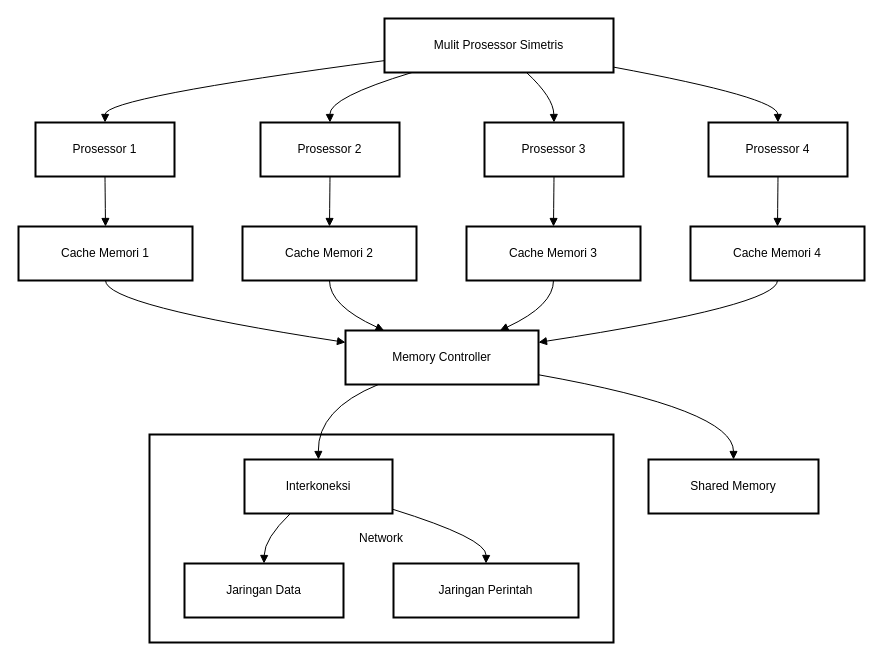
This is Diagram Tanpa Judul.drawio from pelangilarasati08/Arsitektur-Multiprocessor, a draw.io file, before an edit. Source tidied: cells renumbered, new cells numbered last; positions are measured from the earlier drawing's top-left corner, leaving out a move shared by most shapes. Both pictures are drawn from the tidied source at 100%, with x=0, y=0 at pixel (18, 18).
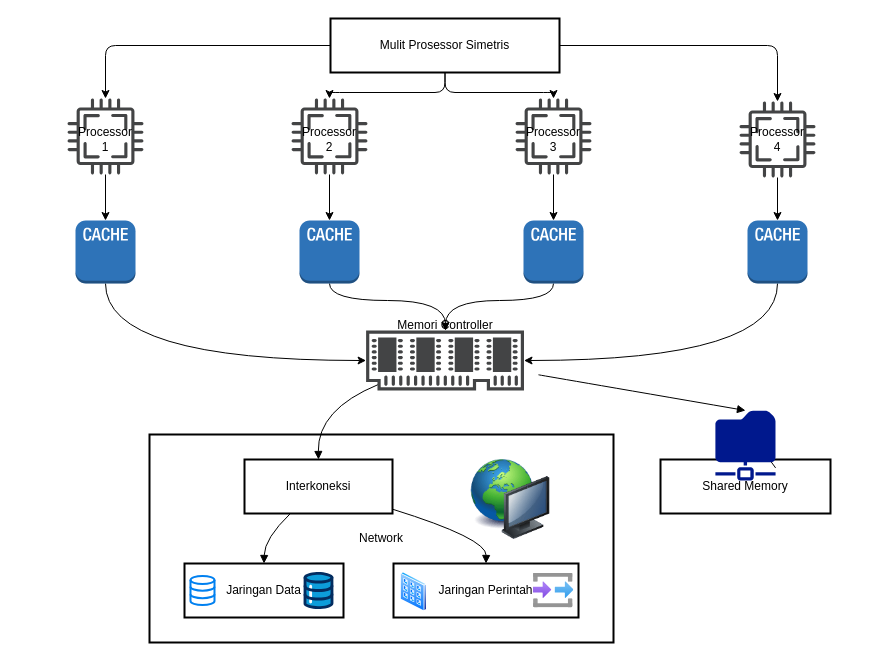
The same diagram, later.

Commit message:
Arsitektur Multiprocessor SIMETRIS.drawio

The change refers to these unchanged cells:
```xml
<mxCell id="14" value="Interkoneksi" style="whiteSpace=wrap;strokeWidth=2;" parent="1" vertex="1">
  <mxGeometry x="226" y="441" width="148" height="54" as="geometry" />
</mxCell>
```

What changed in the source:
```diff
@@
+    <mxCell id="33" style="edgeStyle=orthogonalEdgeStyle;rounded=1;jettySize=auto;html=1;" parent="1" edge="1" source="3" target="37">
+      <mxGeometry relative="1" as="geometry" />
+    </mxCell>
+    <mxCell id="34" style="edgeStyle=orthogonalEdgeStyle;rounded=1;jettySize=auto;html=1;" parent="1" edge="1" source="3" target="40">
+      <mxGeometry relative="1" as="geometry" />
+    </mxCell>
+    <mxCell id="35" style="edgeStyle=orthogonalEdgeStyle;rounded=1;jettySize=auto;html=1;" parent="1" edge="1" source="3" target="41">
+      <mxGeometry relative="1" as="geometry" />
+    </mxCell>
+    <mxCell id="36" style="edgeStyle=orthogonalEdgeStyle;rounded=1;jettySize=auto;html=1;" parent="1" edge="1" source="3" target="42">
+      <mxGeometry relative="1" as="geometry" />
+    </mxCell>
     <mxCell id="3" value="Mulit Prosessor Simetris" style="whiteSpace=wrap;strokeWidth=2;" parent="1" vertex="1">
-      <mxGeometry x="366" width="229" height="54" as="geometry" />
+      <mxGeometry x="312" width="229" height="54" as="geometry" />
     </mxCell>
-    <mxCell id="4" value="Prosessor 1" style="whiteSpace=wrap;strokeWidth=2;" parent="1" vertex="1">
-      <mxGeometry x="17" y="104" width="139" height="54" as="geometry" />
-    </mxCell>
-    <mxCell id="5" value="Prosessor 2" style="whiteSpace=wrap;strokeWidth=2;" parent="1" vertex="1">
-      <mxGeometry x="242" y="104" width="139" height="54" as="geometry" />
-    </mxCell>
-    <mxCell id="6" value="Prosessor 3" style="whiteSpace=wrap;strokeWidth=2;" parent="1" vertex="1">
-      <mxGeometry x="466" y="104" width="139" height="54" as="geometry" />
-    </mxCell>
-    <mxCell id="7" value="Prosessor 4" style="whiteSpace=wrap;strokeWidth=2;" parent="1" vertex="1">
-      <mxGeometry x="690" y="104" width="139" height="54" as="geometry" />
-    </mxCell>
-    <mxCell id="8" value="Cache Memori 1" style="whiteSpace=wrap;strokeWidth=2;" parent="1" vertex="1">
-      <mxGeometry y="208" width="174" height="54" as="geometry" />
-    </mxCell>
-    <mxCell id="9" value="Cache Memori 2" style="whiteSpace=wrap;strokeWidth=2;" parent="1" vertex="1">
-      <mxGeometry x="224" y="208" width="174" height="54" as="geometry" />
-    </mxCell>
-    <mxCell id="10" value="Cache Memori 3" style="whiteSpace=wrap;strokeWidth=2;" parent="1" vertex="1">
-      <mxGeometry x="448" y="208" width="174" height="54" as="geometry" />
-    </mxCell>
-    <mxCell id="11" value="Cache Memori 4" style="whiteSpace=wrap;strokeWidth=2;" parent="1" vertex="1">
-      <mxGeometry x="672" y="208" width="174" height="54" as="geometry" />
-    </mxCell>
-    <mxCell id="12" value="Memory Controller" style="whiteSpace=wrap;strokeWidth=2;" parent="1" vertex="1">
-      <mxGeometry x="327" y="312" width="193" height="54" as="geometry" />
-    </mxCell>
     <mxCell id="13" value="Shared Memory" style="whiteSpace=wrap;strokeWidth=2;" parent="1" vertex="1">
-      <mxGeometry x="630" y="441" width="170" height="54" as="geometry" />
+      <mxGeometry x="642" y="441" width="170" height="54" as="geometry" />
     </mxCell>
@@
-    <mxCell id="17" style="curved=1;startArrow=none;endArrow=block;exitX=0;exitY=0.78;entryX=0.5;entryY=0;" parent="1" edge="1" source="3" target="4">
-      <mxGeometry relative="1" as="geometry">
-        <Array as="points">
-          <mxPoint x="87" y="79" />
-        </Array>
-      </mxGeometry>
-    </mxCell>
-    <mxCell id="18" style="curved=1;startArrow=none;endArrow=block;exitX=0.12;exitY=1;entryX=0.5;entryY=0;" parent="1" edge="1" source="3" target="5">
-      <mxGeometry relative="1" as="geometry">
-        <Array as="points">
-          <mxPoint x="311" y="79" />
-        </Array>
-      </mxGeometry>
-    </mxCell>
-    <mxCell id="19" style="curved=1;startArrow=none;endArrow=block;exitX=0.62;exitY=1;entryX=0.5;entryY=0;" parent="1" edge="1" source="3" target="6">
-      <mxGeometry relative="1" as="geometry">
-        <Array as="points">
-          <mxPoint x="535" y="79" />
-        </Array>
-      </mxGeometry>
-    </mxCell>
-    <mxCell id="20" style="curved=1;startArrow=none;endArrow=block;exitX=1;exitY=0.9;entryX=0.5;entryY=0;" parent="1" edge="1" source="3" target="7">
-      <mxGeometry relative="1" as="geometry">
-        <Array as="points">
-          <mxPoint x="759" y="79" />
-        </Array>
-      </mxGeometry>
-    </mxCell>
-    <mxCell id="21" style="curved=1;startArrow=none;endArrow=block;exitX=0.5;exitY=1;entryX=0.5;entryY=0;" parent="1" edge="1" source="4" target="8">
-      <mxGeometry relative="1" as="geometry" />
-    </mxCell>
-    <mxCell id="22" style="curved=1;startArrow=none;endArrow=block;exitX=0.5;exitY=1;entryX=0.5;entryY=0;" parent="1" edge="1" source="5" target="9">
-      <mxGeometry relative="1" as="geometry" />
-    </mxCell>
-    <mxCell id="23" style="curved=1;startArrow=none;endArrow=block;exitX=0.5;exitY=1;entryX=0.5;entryY=0;" parent="1" edge="1" source="6" target="10">
-      <mxGeometry relative="1" as="geometry" />
-    </mxCell>
-    <mxCell id="24" style="curved=1;startArrow=none;endArrow=block;exitX=0.5;exitY=1;entryX=0.5;entryY=0;" parent="1" edge="1" source="7" target="11">
-      <mxGeometry relative="1" as="geometry" />
-    </mxCell>
-    <mxCell id="25" style="curved=1;startArrow=none;endArrow=block;exitX=0.5;exitY=1;entryX=0;entryY=0.22;" parent="1" edge="1" source="8" target="12">
-      <mxGeometry relative="1" as="geometry">
-        <Array as="points">
-          <mxPoint x="87" y="287" />
-        </Array>
-      </mxGeometry>
-    </mxCell>
-    <mxCell id="26" style="curved=1;startArrow=none;endArrow=block;exitX=0.5;exitY=1;entryX=0.2;entryY=0;" parent="1" edge="1" source="9" target="12">
-      <mxGeometry relative="1" as="geometry">
-        <Array as="points">
-          <mxPoint x="311" y="287" />
-        </Array>
-      </mxGeometry>
-    </mxCell>
-    <mxCell id="27" style="curved=1;startArrow=none;endArrow=block;exitX=0.5;exitY=1;entryX=0.8;entryY=0;" parent="1" edge="1" source="10" target="12">
-      <mxGeometry relative="1" as="geometry">
-        <Array as="points">
-          <mxPoint x="535" y="287" />
-        </Array>
-      </mxGeometry>
-    </mxCell>
-    <mxCell id="28" style="curved=1;startArrow=none;endArrow=block;exitX=0.5;exitY=1;entryX=1;entryY=0.22;" parent="1" edge="1" source="11" target="12">
-      <mxGeometry relative="1" as="geometry">
-        <Array as="points">
-          <mxPoint x="759" y="287" />
-        </Array>
-      </mxGeometry>
-    </mxCell>
-    <mxCell id="29" style="curved=1;startArrow=none;endArrow=block;exitX=1;exitY=0.82;entryX=0.5;entryY=0;" parent="1" edge="1" source="12" target="13">
+    <mxCell id="29" style="curved=1;startArrow=none;endArrow=block;exitX=1;exitY=0.82;entryX=0.5;entryY=0;" parent="1" edge="1" source="60" target="13">
       <mxGeometry relative="1" as="geometry">
         <Array as="points">
           <mxPoint x="715" y="391" />
         </Array>
       </mxGeometry>
     </mxCell>
@@
-    <mxCell id="32" style="curved=1;startArrow=none;endArrow=block;exitX=0.17;exitY=1;entryX=0.5;entryY=0;" parent="1" edge="1" source="12" target="14">
+    <mxCell id="32" style="curved=1;startArrow=none;endArrow=block;exitX=0.17;exitY=1;entryX=0.5;entryY=0;" parent="1" edge="1" target="14">
       <mxGeometry relative="1" as="geometry">
+        <mxPoint x="359.8" y="366" as="sourcePoint" />
         <Array as="points">
           <mxPoint x="299" y="391" />
         </Array>
       </mxGeometry>
     </mxCell>
+    <mxCell id="37" style="sketch=0;shadow=0;dashed=0;html=1;strokeColor=none;fillColor=#434445;labelPosition=center;verticalLabelPosition=bottom;verticalAlign=top;align=center;outlineConnect=0;shape=mxgraph.vvd.cpu;rounded=1;" parent="1" vertex="1">
+      <mxGeometry x="49" y="80" width="76" height="76" as="geometry" />
+    </mxCell>
+    <mxCell id="38" value="Processor 1" style="text;html=1;align=center;verticalAlign=middle;whiteSpace=wrap;rounded=0;" parent="1" vertex="1">
+      <mxGeometry x="57" y="106" width="60" height="30" as="geometry" />
+    </mxCell>
+    <mxCell id="39" style="edgeStyle=orthogonalEdgeStyle;rounded=1;jettySize=auto;html=1;" parent="1" edge="1" source="40" target="49">
+      <mxGeometry relative="1" as="geometry" />
+    </mxCell>
+    <mxCell id="40" style="sketch=0;shadow=0;dashed=0;html=1;strokeColor=none;fillColor=#434445;labelPosition=center;verticalLabelPosition=bottom;verticalAlign=top;align=center;outlineConnect=0;shape=mxgraph.vvd.cpu;rounded=1;" parent="1" vertex="1">
+      <mxGeometry x="273" y="80" width="76" height="76" as="geometry" />
+    </mxCell>
+    <mxCell id="41" style="sketch=0;shadow=0;dashed=0;html=1;strokeColor=none;fillColor=#434445;labelPosition=center;verticalLabelPosition=bottom;verticalAlign=top;align=center;outlineConnect=0;shape=mxgraph.vvd.cpu;rounded=1;" parent="1" vertex="1">
+      <mxGeometry x="497" y="80" width="76" height="76" as="geometry" />
+    </mxCell>
+    <mxCell id="42" style="sketch=0;shadow=0;dashed=0;html=1;strokeColor=none;fillColor=#434445;labelPosition=center;verticalLabelPosition=bottom;verticalAlign=top;align=center;outlineConnect=0;shape=mxgraph.vvd.cpu;rounded=1;" parent="1" vertex="1">
+      <mxGeometry x="721" y="83" width="76" height="76" as="geometry" />
+    </mxCell>
+    <mxCell id="43" value="Processor 2" style="text;html=1;align=center;verticalAlign=middle;whiteSpace=wrap;rounded=0;" parent="1" vertex="1">
+      <mxGeometry x="281" y="106" width="60" height="30" as="geometry" />
+    </mxCell>
+    <mxCell id="44" value="Processor 3" style="text;html=1;align=center;verticalAlign=middle;whiteSpace=wrap;rounded=0;" parent="1" vertex="1">
+      <mxGeometry x="505" y="106" width="60" height="30" as="geometry" />
+    </mxCell>
+    <mxCell id="45" value="Processor 4" style="text;html=1;align=center;verticalAlign=middle;whiteSpace=wrap;rounded=0;" parent="1" vertex="1">
+      <mxGeometry x="729" y="106" width="60" height="30" as="geometry" />
+    </mxCell>
+    <mxCell id="46" style="edgeStyle=orthogonalEdgeStyle;curved=1;rounded=1;jettySize=auto;html=1;" parent="1" edge="1" source="47" target="54">
+      <mxGeometry relative="1" as="geometry">
+        <Array as="points">
+          <mxPoint x="87" y="342" />
+        </Array>
+      </mxGeometry>
+    </mxCell>
+    <mxCell id="47" style="outlineConnect=0;dashed=0;verticalLabelPosition=bottom;verticalAlign=top;align=center;html=1;shape=mxgraph.aws3.cache_node;fillColor=#2E73B8;gradientColor=none;rounded=1;" parent="1" vertex="1">
+      <mxGeometry x="57" y="202" width="60" height="63" as="geometry" />
+    </mxCell>
+    <mxCell id="48" style="edgeStyle=orthogonalEdgeStyle;curved=1;rounded=1;jettySize=auto;html=1;" parent="1" edge="1" source="49" target="54">
+      <mxGeometry relative="1" as="geometry">
+        <Array as="points">
+          <mxPoint x="311" y="282" />
+          <mxPoint x="427" y="282" />
+        </Array>
+      </mxGeometry>
+    </mxCell>
+    <mxCell id="49" style="outlineConnect=0;dashed=0;verticalLabelPosition=bottom;verticalAlign=top;align=center;html=1;shape=mxgraph.aws3.cache_node;fillColor=#2E73B8;gradientColor=none;rounded=1;" parent="1" vertex="1">
+      <mxGeometry x="281" y="202" width="60" height="63" as="geometry" />
+    </mxCell>
+    <mxCell id="50" style="edgeStyle=orthogonalEdgeStyle;curved=1;rounded=1;jettySize=auto;html=1;" parent="1" edge="1" source="51" target="54">
+      <mxGeometry relative="1" as="geometry">
+        <Array as="points">
+          <mxPoint x="535" y="282" />
+          <mxPoint x="427" y="282" />
+        </Array>
+      </mxGeometry>
+    </mxCell>
+    <mxCell id="51" style="outlineConnect=0;dashed=0;verticalLabelPosition=bottom;verticalAlign=top;align=center;html=1;shape=mxgraph.aws3.cache_node;fillColor=#2E73B8;gradientColor=none;rounded=1;" parent="1" vertex="1">
+      <mxGeometry x="505" y="202" width="60" height="63" as="geometry" />
+    </mxCell>
+    <mxCell id="52" style="edgeStyle=orthogonalEdgeStyle;curved=1;rounded=1;jettySize=auto;html=1;" parent="1" edge="1" source="53" target="54">
+      <mxGeometry relative="1" as="geometry">
+        <Array as="points">
+          <mxPoint x="759" y="342" />
+        </Array>
+      </mxGeometry>
+    </mxCell>
+    <mxCell id="53" style="outlineConnect=0;dashed=0;verticalLabelPosition=bottom;verticalAlign=top;align=center;html=1;shape=mxgraph.aws3.cache_node;fillColor=#2E73B8;gradientColor=none;rounded=1;" parent="1" vertex="1">
+      <mxGeometry x="729" y="202" width="60" height="63" as="geometry" />
+    </mxCell>
+    <mxCell id="54" style="sketch=0;shadow=0;dashed=0;html=1;strokeColor=none;fillColor=#434445;labelPosition=center;verticalLabelPosition=bottom;verticalAlign=top;align=center;outlineConnect=0;shape=mxgraph.vvd.memory;rounded=1;" parent="1" vertex="1">
+      <mxGeometry x="347.6" y="312" width="157.9" height="60" as="geometry" />
+    </mxCell>
+    <mxCell id="55" value="Memori Controller" style="text;html=1;align=center;verticalAlign=middle;whiteSpace=wrap;rounded=0;" parent="1" vertex="1">
+      <mxGeometry x="376.5" y="292" width="100" height="30" as="geometry" />
+    </mxCell>
+    <mxCell id="56" style="edgeStyle=orthogonalEdgeStyle;rounded=1;jettySize=auto;html=1;entryX=0.5;entryY=0;entryDx=0;entryDy=0;entryPerimeter=0;" parent="1" edge="1" source="37" target="47">
+      <mxGeometry relative="1" as="geometry" />
+    </mxCell>
+    <mxCell id="57" style="edgeStyle=orthogonalEdgeStyle;rounded=1;jettySize=auto;html=1;entryX=0.5;entryY=0;entryDx=0;entryDy=0;entryPerimeter=0;" parent="1" edge="1" source="41" target="51">
+      <mxGeometry relative="1" as="geometry" />
+    </mxCell>
+    <mxCell id="58" style="edgeStyle=orthogonalEdgeStyle;rounded=1;jettySize=auto;html=1;entryX=0.5;entryY=0;entryDx=0;entryDy=0;entryPerimeter=0;" parent="1" edge="1" source="42" target="53">
+      <mxGeometry relative="1" as="geometry" />
+    </mxCell>
+    <mxCell id="59" style="curved=1;startArrow=none;endArrow=block;exitX=1;exitY=0.82;entryX=0.5;entryY=0;" parent="1" edge="1" target="60">
+      <mxGeometry relative="1" as="geometry">
+        <mxPoint x="520" y="356.3" as="sourcePoint" />
+      </mxGeometry>
+    </mxCell>
+    <mxCell id="60" style="sketch=0;shadow=0;dashed=0;html=1;strokeColor=none;labelPosition=center;verticalLabelPosition=bottom;verticalAlign=top;align=center;fillColor=#00188D;shape=mxgraph.mscae.enterprise.shared_folder;rounded=1;" parent="1" vertex="1">
+      <mxGeometry x="696.9" y="392" width="60.2" height="70" as="geometry" />
+    </mxCell>
+    <mxCell id="61" style="html=1;verticalLabelPosition=bottom;align=center;labelBackgroundColor=#ffffff;verticalAlign=top;strokeWidth=2;strokeColor=#0080F0;shadow=0;dashed=0;shape=mxgraph.ios7.icons.data;rounded=1;" parent="1" vertex="1">
+      <mxGeometry x="172" y="557.5" width="24" height="29.1" as="geometry" />
+    </mxCell>
+    <mxCell id="62" style="verticalLabelPosition=bottom;html=1;shape=mxgraph.salesforce.data;rounded=1;" parent="1" vertex="1">
+      <mxGeometry x="285" y="553.5" width="30" height="37" as="geometry" />
+    </mxCell>
+    <mxCell id="63" style="image;html=1;align=center;fontSize=12;image=img/lib/azure2/general/Input_Output.svg;rounded=1;" parent="1" vertex="1">
+      <mxGeometry x="514.6" y="554.5" width="40.7" height="35" as="geometry" />
+    </mxCell>
+    <mxCell id="64" style="image;perimeter=ellipsePerimeter;html=1;align=center;shadow=0;dashed=0;spacingTop=3;image=img/lib/active_directory/input_output_filter.svg;rounded=1;" parent="1" vertex="1">
+      <mxGeometry x="382" y="553.5" width="26.8" height="40" as="geometry" />
+    </mxCell>
+    <mxCell id="65" style="image;html=1;image=img/lib/clip_art/computers/Network_128x128.png;rounded=1;" parent="1" vertex="1">
+      <mxGeometry x="452" y="441" width="80" height="80" as="geometry" />
+    </mxCell>
```
